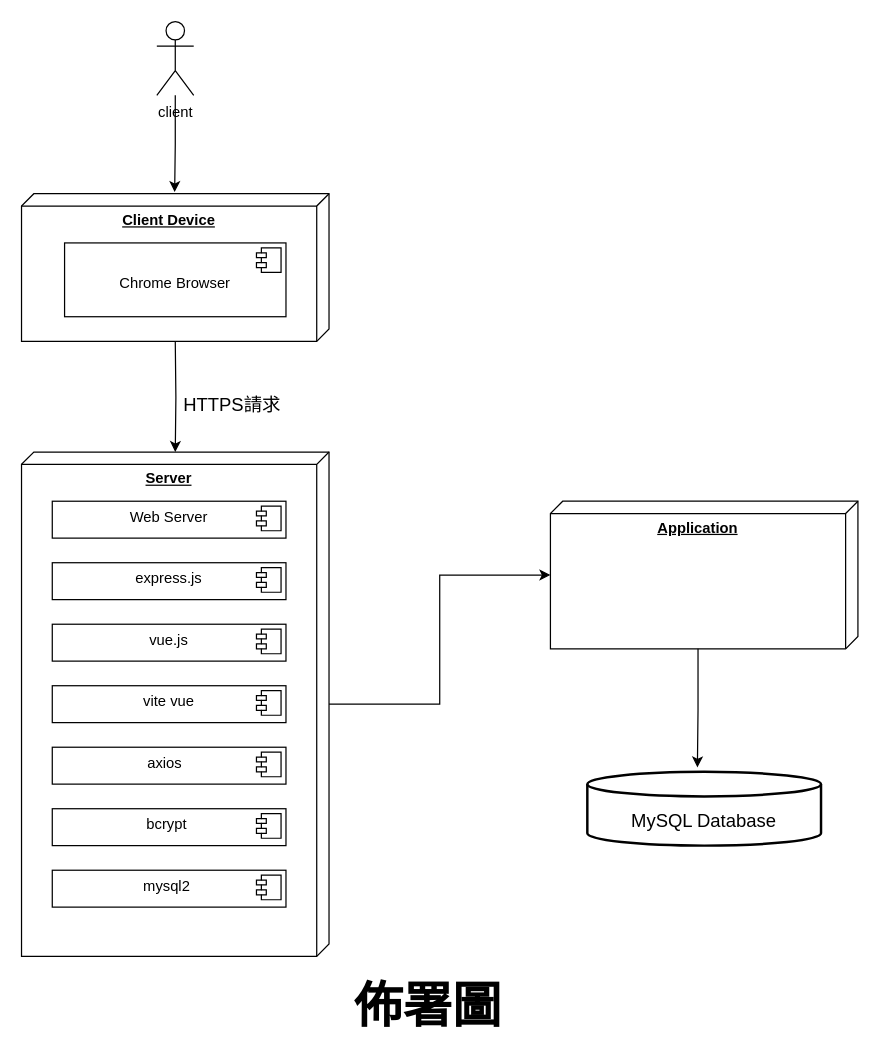
This is any par2/佈署圖.drawio from CHINGYUTU/project, a draw.io file, before an edit. Source tidied: cells renumbered, new cells numbered last; positions are measured from the earlier drawing's top-left corner, leaving out a move shared by most shapes. Both pictures are drawn from the tidied source at 123%, with x=0, y=0 at pixel (21, 21).
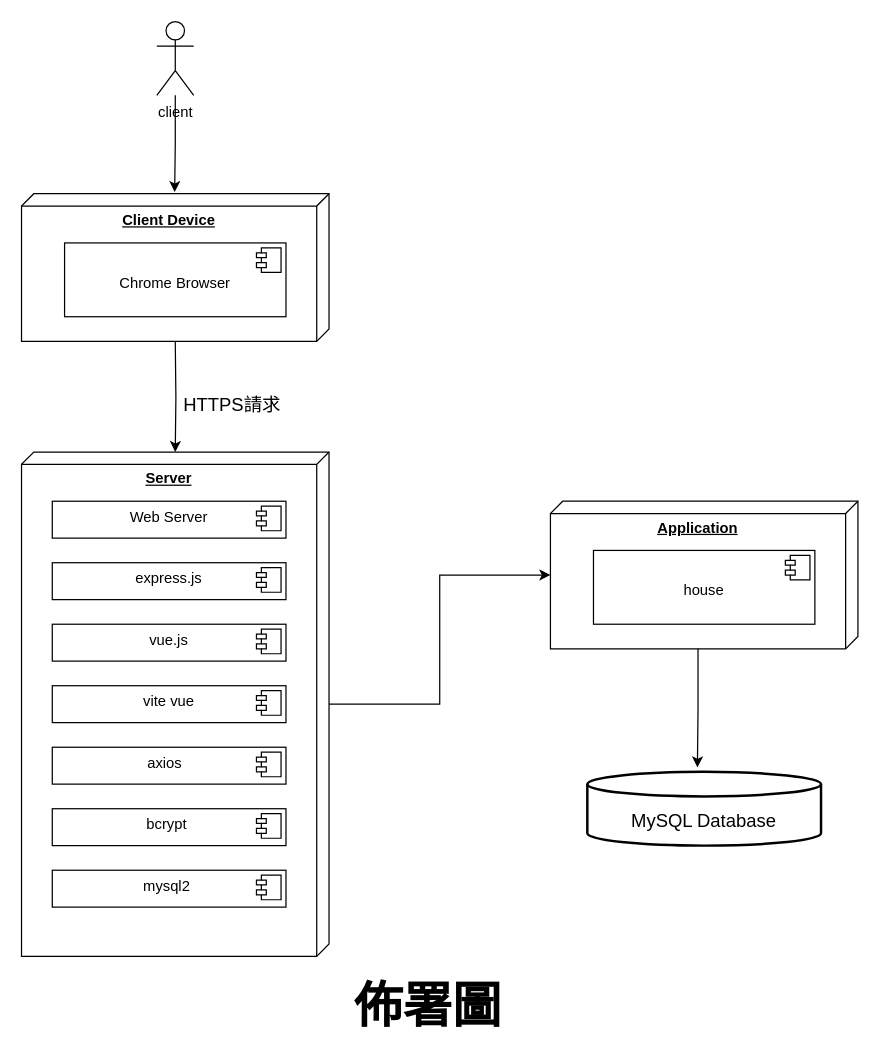
After the change.

Change to the diagram source:
```diff
@@
+    <mxCell id="29" value="&lt;p style=&quot;margin:0px;margin-top:6px;text-align:center;&quot;&gt;&lt;b&gt;&lt;br&gt;&lt;/b&gt;&lt;/p&gt;&lt;p style=&quot;margin:0px;margin-top:6px;text-align:center;&quot;&gt;house&lt;/p&gt;&lt;p style=&quot;margin:0px;margin-left:8px;&quot;&gt;&lt;br&gt;&lt;/p&gt;" style="align=left;overflow=fill;html=1;whiteSpace=wrap;" parent="1" vertex="1">
+      <mxGeometry x="465" y="430" width="180" height="60" as="geometry" />
+    </mxCell>
+    <mxCell id="30" style="shape=component;jettyWidth=8;jettyHeight=4;" parent="29" vertex="1">
+      <mxGeometry x="1" width="20" height="20" relative="1" as="geometry">
+        <mxPoint x="-24" y="4" as="offset" />
+      </mxGeometry>
+    </mxCell>
```
